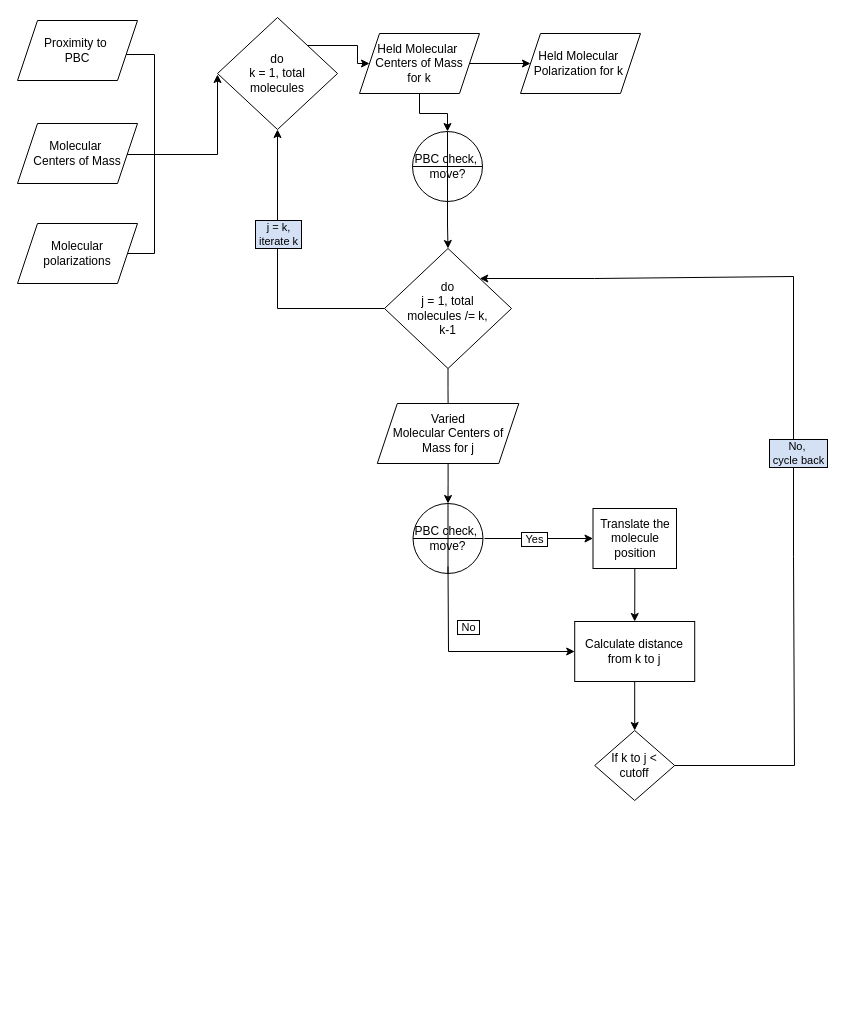
Before: page "Pi I" (4 of 4) of Untitled Diagram.drawio in CatherineMoulder/Fortran, a draw.io diagram. Source tidied: cells renumbered, new cells numbered last; positions are measured from the earlier drawing's top-left corner, leaving out a move shared by most shapes. Both pictures are drawn from the tidied source at 100%, with x=0, y=0 at pixel (17, 17).
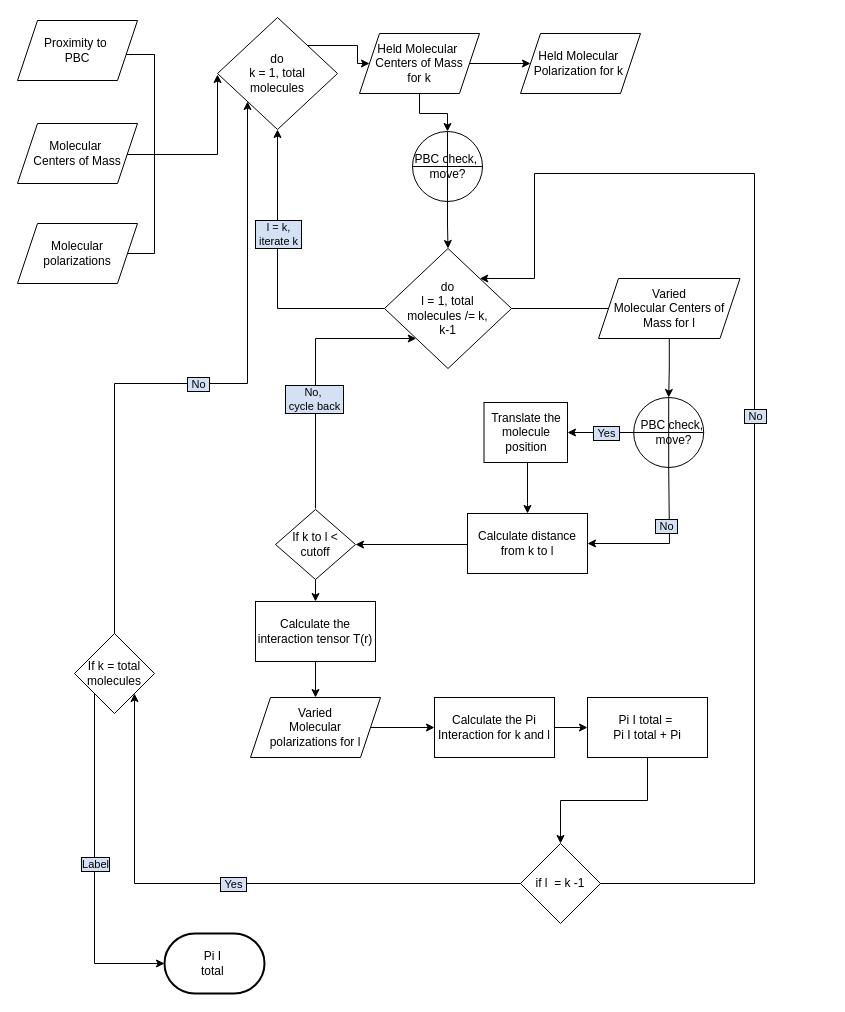
Above is the later version.

Commit message:
OKE_Process

Unchanged cells that the change refers to:
```xml
<mxCell id="5" value="do&lt;br&gt;k = 1, total&lt;br&gt;molecules" style="rhombus;whiteSpace=wrap;html=1;" parent="1" vertex="1">
  <mxGeometry x="200" width="120" height="112" as="geometry" />
</mxCell>
<mxCell id="10" style="endArrow=classic;html=1;rounded=0;entryX=0.5;entryY=1;entryDx=0;entryDy=0;exitX=0;exitY=0.5;exitDx=0;exitDy=0;" parent="1" edge="1" source="6" target="5">
  <mxGeometry relative="1" as="geometry">
    <Array as="points">
      <mxPoint x="260" y="291" />
      <mxPoint x="260" y="206" />
    </Array>
  </mxGeometry>
</mxCell>
```

What changed in the source:
```diff
@@
-    <mxCell id="6" value="do&lt;br&gt;j = 1, total&lt;br&gt;molecules /= k,&lt;br&gt;k-1" style="rhombus;whiteSpace=wrap;html=1;" parent="1" vertex="1">
+    <mxCell id="6" value="do&lt;br&gt;l = 1, total&lt;br&gt;molecules /= k,&lt;br&gt;k-1" style="rhombus;whiteSpace=wrap;html=1;" parent="1" vertex="1">
       <mxGeometry x="367" y="231" width="127" height="120" as="geometry" />
     </mxCell>
+    <mxCell id="36" style="edgeStyle=orthogonalEdgeStyle;rounded=0;jettySize=auto;html=1;labelBorderColor=default;" parent="1" edge="1" source="7" target="39">
+      <mxGeometry relative="1" as="geometry" />
+    </mxCell>
-    <mxCell id="7" value="If k to j &amp;lt;&lt;br&gt;cutoff" style="rhombus;whiteSpace=wrap;html=1;labelBackgroundColor=none;labelBorderColor=none;" parent="1" vertex="1">
-      <mxGeometry x="577.2" y="713" width="80" height="70" as="geometry" />
+    <mxCell id="7" value="If k to l &amp;lt;&lt;br&gt;cutoff" style="rhombus;whiteSpace=wrap;html=1;labelBackgroundColor=none;labelBorderColor=none;" parent="1" vertex="1">
+      <mxGeometry x="258" y="492" width="80" height="70" as="geometry" />
     </mxCell>
-    <mxCell id="8" style="endArrow=classic;html=1;rounded=0;exitX=1;exitY=0.5;exitDx=0;exitDy=0;entryX=1;entryY=0;entryDx=0;entryDy=0;" parent="1" edge="1" source="7" target="6">
+    <mxCell id="8" style="endArrow=classic;html=1;rounded=0;entryX=0;entryY=1;entryDx=0;entryDy=0;" parent="1" edge="1" target="6">
       <mxGeometry relative="1" as="geometry">
+        <mxPoint x="298" y="491" as="sourcePoint" />
         <Array as="points">
-          <mxPoint x="777" y="748" />
-          <mxPoint x="776" y="539" />
-          <mxPoint x="776" y="259" />
-          <mxPoint x="577" y="261" />
+          <mxPoint x="298" y="321" />
         </Array>
       </mxGeometry>
     </mxCell>
     <mxCell id="9" value="No,&amp;nbsp;&lt;br&gt;&amp;nbsp;cycle back&amp;nbsp;" style="edgeLabel;html=1;align=center;verticalAlign=middle;labelBackgroundColor=#D4E1F5;labelBorderColor=default;" parent="8" vertex="1">
       <mxGeometry relative="1" as="geometry">
-        <mxPoint x="4" y="29" as="offset" />
+        <mxPoint x="-2" y="25" as="offset" />
       </mxGeometry>
     </mxCell>
@@
-    <mxCell id="11" value="j = k,&lt;br&gt;&amp;nbsp;iterate k&amp;nbsp;" style="edgeLabel;html=1;align=center;verticalAlign=middle;labelBackgroundColor=#D4E1F5;labelBorderColor=default;" parent="10" vertex="1">
+    <mxCell id="11" value="l = k,&lt;br&gt;&amp;nbsp;iterate k&amp;nbsp;" style="edgeLabel;html=1;align=center;verticalAlign=middle;labelBackgroundColor=#D4E1F5;labelBorderColor=default;" parent="10" vertex="1">
       <mxGeometry relative="1" as="geometry">
         <mxPoint y="-39" as="offset" />
       </mxGeometry>
     </mxCell>
@@
     <mxCell id="17" style="verticalLabelPosition=bottom;verticalAlign=top;html=1;shape=mxgraph.flowchart.summing_function;labelBackgroundColor=none;labelBorderColor=none;" parent="1" vertex="1">
-      <mxGeometry x="395.5" y="486" width="70" height="70" as="geometry" />
+      <mxGeometry x="616.2" y="380" width="70" height="70" as="geometry" />
     </mxCell>
@@
-    <mxCell id="22" style="edgeStyle=orthogonalEdgeStyle;rounded=0;jettySize=auto;html=1;labelBorderColor=default;" parent="1" edge="1" source="23" target="27">
-      <mxGeometry relative="1" as="geometry" />
-    </mxCell>
+    <mxCell id="37" style="edgeStyle=orthogonalEdgeStyle;rounded=0;jettySize=auto;html=1;labelBorderColor=default;" parent="1" edge="1" source="23" target="17">
+      <mxGeometry relative="1" as="geometry" />
+    </mxCell>
-    <mxCell id="23" value="Varied &lt;br&gt;Molecular Centers of Mass for j" style="shape=parallelogram;perimeter=parallelogramPerimeter;whiteSpace=wrap;html=1;fixedSize=1;labelBackgroundColor=none;labelBorderColor=none;" parent="1" vertex="1">
-      <mxGeometry x="359.8" y="386" width="141.5" height="60" as="geometry" />
+    <mxCell id="23" value="Varied &lt;br&gt;Molecular Centers of Mass for l" style="shape=parallelogram;perimeter=parallelogramPerimeter;whiteSpace=wrap;html=1;fixedSize=1;labelBackgroundColor=none;labelBorderColor=none;" parent="1" vertex="1">
+      <mxGeometry x="581" y="261" width="141.5" height="60" as="geometry" />
     </mxCell>
-    <mxCell id="24" style="edgeStyle=orthogonalEdgeStyle;rounded=0;jettySize=auto;html=1;exitX=0.5;exitY=1;exitDx=0;exitDy=0;endArrow=none;" parent="1" edge="1" source="6" target="23">
+    <mxCell id="24" style="edgeStyle=orthogonalEdgeStyle;rounded=0;jettySize=auto;html=1;exitX=1;exitY=0.5;exitDx=0;exitDy=0;endArrow=none;" parent="1" edge="1" source="6" target="23">
       <mxGeometry relative="1" as="geometry" />
     </mxCell>
@@
-    <mxCell id="27" value="PBC check,&amp;nbsp;&lt;br&gt;move?" style="text;html=1;strokeColor=none;fillColor=none;align=center;verticalAlign=middle;whiteSpace=wrap;rounded=0;labelBackgroundColor=none;labelBorderColor=none;" parent="1" vertex="1">
-      <mxGeometry x="394" y="486" width="73" height="70" as="geometry" />
-    </mxCell>
     <mxCell id="28" style="edgeStyle=orthogonalEdgeStyle;rounded=0;jettySize=auto;html=1;labelBorderColor=default;" parent="1" edge="1" source="29" target="35">
-      <mxGeometry relative="1" as="geometry" />
+      <mxGeometry relative="1" as="geometry">
+        <Array as="points">
+          <mxPoint x="510" y="486" />
+          <mxPoint x="510" y="486" />
+        </Array>
+      </mxGeometry>
     </mxCell>
     <mxCell id="29" value="Translate the molecule position" style="whiteSpace=wrap;html=1;labelBackgroundColor=none;labelBorderColor=none;" parent="1" vertex="1">
-      <mxGeometry x="575.5" y="491" width="83.5" height="60" as="geometry" />
+      <mxGeometry x="466.5" y="385" width="83.5" height="60" as="geometry" />
     </mxCell>
-    <mxCell id="30" style="endArrow=classic;html=1;rounded=0;labelBorderColor=default;exitX=0.5;exitY=1;exitDx=0;exitDy=0;entryX=0;entryY=0.5;entryDx=0;entryDy=0;" parent="1" edge="1" target="35">
-      <mxGeometry relative="1" as="geometry">
-        <mxPoint x="430.5" y="549" as="sourcePoint" />
-        <Array as="points">
-          <mxPoint x="431" y="634" />
-        </Array>
-      </mxGeometry>
-    </mxCell>
-    <mxCell id="31" value="&amp;nbsp;No&amp;nbsp;" style="edgeLabel;html=1;align=center;verticalAlign=middle;labelBackgroundColor=default;labelBorderColor=default;" parent="30" vertex="1">
-      <mxGeometry relative="1" as="geometry">
-        <mxPoint x="-1" y="-25" as="offset" />
-      </mxGeometry>
-    </mxCell>
-    <mxCell id="32" style="endArrow=classic;html=1;rounded=0;labelBorderColor=default;exitX=1;exitY=0.5;exitDx=0;exitDy=0;entryX=0;entryY=0.5;entryDx=0;entryDy=0;" parent="1" edge="1" source="27" target="29">
-      <mxGeometry relative="1" as="geometry" />
-    </mxCell>
-    <mxCell id="33" value="&amp;nbsp;Yes&amp;nbsp;" style="edgeLabel;html=1;align=center;verticalAlign=middle;labelBackgroundColor=default;labelBorderColor=default;" parent="32" vertex="1">
-      <mxGeometry relative="1" as="geometry">
-        <mxPoint x="-5" as="offset" />
-      </mxGeometry>
-    </mxCell>
-    <mxCell id="34" style="edgeStyle=orthogonalEdgeStyle;rounded=0;jettySize=auto;html=1;labelBorderColor=default;entryX=0.5;entryY=0;entryDx=0;entryDy=0;" parent="1" edge="1" source="35" target="7">
-      <mxGeometry relative="1" as="geometry" />
+    <mxCell id="34" style="edgeStyle=orthogonalEdgeStyle;rounded=0;jettySize=auto;html=1;labelBorderColor=default;entryX=1;entryY=0.5;entryDx=0;entryDy=0;" parent="1" edge="1" source="35" target="7">
+      <mxGeometry relative="1" as="geometry">
+        <Array as="points">
+          <mxPoint x="338" y="526" />
+        </Array>
+      </mxGeometry>
     </mxCell>
-    <mxCell id="35" value="Calculate distance from k to j" style="whiteSpace=wrap;html=1;labelBackgroundColor=none;labelBorderColor=none;" parent="1" vertex="1">
-      <mxGeometry x="557.2" y="604" width="120" height="60" as="geometry" />
+    <mxCell id="35" value="Calculate distance from k to l" style="whiteSpace=wrap;html=1;labelBackgroundColor=none;labelBorderColor=none;" parent="1" vertex="1">
+      <mxGeometry x="450" y="496" width="120" height="60" as="geometry" />
     </mxCell>
+    <mxCell id="38" style="edgeStyle=orthogonalEdgeStyle;rounded=0;jettySize=auto;html=1;labelBorderColor=default;" parent="1" edge="1" source="39" target="41">
+      <mxGeometry relative="1" as="geometry" />
+    </mxCell>
+    <mxCell id="39" value="Calculate the interaction tensor T(r)" style="whiteSpace=wrap;html=1;labelBackgroundColor=none;labelBorderColor=none;" parent="1" vertex="1">
+      <mxGeometry x="238" y="584" width="120" height="60" as="geometry" />
+    </mxCell>
+    <mxCell id="40" style="edgeStyle=orthogonalEdgeStyle;rounded=0;jettySize=auto;html=1;labelBorderColor=default;" parent="1" edge="1" source="41" target="47">
+      <mxGeometry relative="1" as="geometry" />
+    </mxCell>
+    <mxCell id="41" value="Varied &lt;br&gt;Molecular &lt;br&gt;polarizations for l" style="shape=parallelogram;perimeter=parallelogramPerimeter;whiteSpace=wrap;html=1;fixedSize=1;labelBackgroundColor=none;labelBorderColor=none;" parent="1" vertex="1">
+      <mxGeometry x="233" y="680" width="130" height="60" as="geometry" />
+    </mxCell>
+    <mxCell id="42" style="endArrow=classic;html=1;rounded=0;labelBorderColor=default;exitX=0.5;exitY=1;exitDx=0;exitDy=0;exitPerimeter=0;entryX=1;entryY=0.5;entryDx=0;entryDy=0;" parent="1" edge="1" source="17" target="35">
+      <mxGeometry relative="1" as="geometry">
+        <Array as="points">
+          <mxPoint x="652" y="526" />
+        </Array>
+      </mxGeometry>
+    </mxCell>
+    <mxCell id="43" value="&amp;nbsp;No&amp;nbsp;" style="edgeLabel;html=1;align=center;verticalAlign=middle;labelBackgroundColor=#D4E1F5;labelBorderColor=default;" parent="42" vertex="1">
+      <mxGeometry relative="1" as="geometry">
+        <mxPoint x="-1" y="-18" as="offset" />
+      </mxGeometry>
+    </mxCell>
+    <mxCell id="44" style="endArrow=classic;html=1;rounded=0;labelBorderColor=default;exitX=0;exitY=0.5;exitDx=0;exitDy=0;exitPerimeter=0;entryX=1;entryY=0.5;entryDx=0;entryDy=0;" parent="1" edge="1" source="17" target="29">
+      <mxGeometry relative="1" as="geometry" />
+    </mxCell>
+    <mxCell id="45" value="&amp;nbsp;Yes&amp;nbsp;" style="edgeLabel;html=1;align=center;verticalAlign=middle;labelBackgroundColor=#D4E1F5;labelBorderColor=default;" parent="44" vertex="1">
+      <mxGeometry relative="1" as="geometry">
+        <mxPoint x="5" as="offset" />
+      </mxGeometry>
+    </mxCell>
+    <mxCell id="27" value="PBC check,&amp;nbsp;&lt;br&gt;move?" style="text;html=1;strokeColor=none;fillColor=none;align=center;verticalAlign=middle;whiteSpace=wrap;rounded=0;labelBackgroundColor=none;labelBorderColor=none;" parent="1" vertex="1">
+      <mxGeometry x="620" y="380" width="73" height="70" as="geometry" />
+    </mxCell>
+    <mxCell id="46" style="edgeStyle=orthogonalEdgeStyle;rounded=0;jettySize=auto;html=1;labelBorderColor=default;" parent="1" edge="1" source="47" target="49">
+      <mxGeometry relative="1" as="geometry" />
+    </mxCell>
+    <mxCell id="47" value="Calculate the Pi Interaction for k and l" style="whiteSpace=wrap;html=1;labelBackgroundColor=none;labelBorderColor=none;" parent="1" vertex="1">
+      <mxGeometry x="417" y="680" width="120" height="60" as="geometry" />
+    </mxCell>
+    <mxCell id="48" style="edgeStyle=orthogonalEdgeStyle;rounded=0;jettySize=auto;html=1;labelBorderColor=default;" parent="1" edge="1" source="49" target="50">
+      <mxGeometry relative="1" as="geometry" />
+    </mxCell>
+    <mxCell id="49" value="Pi I total =&amp;nbsp;&lt;br&gt;Pi I total + Pi" style="whiteSpace=wrap;html=1;labelBackgroundColor=none;labelBorderColor=none;" parent="1" vertex="1">
+      <mxGeometry x="570" y="680" width="120" height="60" as="geometry" />
+    </mxCell>
+    <mxCell id="50" value="if l&amp;nbsp; = k -1" style="rhombus;whiteSpace=wrap;html=1;labelBackgroundColor=none;labelBorderColor=none;" parent="1" vertex="1">
+      <mxGeometry x="503" y="826" width="80" height="80" as="geometry" />
+    </mxCell>
+    <mxCell id="51" style="endArrow=classic;html=1;rounded=0;labelBorderColor=default;exitX=1;exitY=0.5;exitDx=0;exitDy=0;entryX=1;entryY=0;entryDx=0;entryDy=0;" parent="1" edge="1" source="50" target="6">
+      <mxGeometry relative="1" as="geometry">
+        <Array as="points">
+          <mxPoint x="737" y="866" />
+          <mxPoint x="737" y="156" />
+          <mxPoint x="517" y="156" />
+          <mxPoint x="517" y="261" />
+        </Array>
+      </mxGeometry>
+    </mxCell>
+    <mxCell id="52" value="&amp;nbsp;No&amp;nbsp;" style="edgeLabel;html=1;align=center;verticalAlign=middle;labelBackgroundColor=#D4E1F5;labelBorderColor=default;" parent="51" vertex="1">
+      <mxGeometry relative="1" as="geometry" />
+    </mxCell>
+    <mxCell id="53" value="If k = total molecules" style="rhombus;whiteSpace=wrap;html=1;labelBackgroundColor=none;labelBorderColor=none;" parent="1" vertex="1">
+      <mxGeometry x="57" y="616" width="80" height="80" as="geometry" />
+    </mxCell>
+    <mxCell id="54" style="endArrow=classic;html=1;rounded=0;labelBorderColor=default;exitX=0.5;exitY=0;exitDx=0;exitDy=0;entryX=0;entryY=1;entryDx=0;entryDy=0;" parent="1" edge="1" source="53" target="5">
+      <mxGeometry relative="1" as="geometry">
+        <Array as="points">
+          <mxPoint x="97" y="366" />
+          <mxPoint x="230" y="366" />
+        </Array>
+      </mxGeometry>
+    </mxCell>
+    <mxCell id="55" value="&amp;nbsp;No&amp;nbsp;" style="edgeLabel;html=1;align=center;verticalAlign=middle;labelBackgroundColor=#D4E1F5;labelBorderColor=default;" parent="54" vertex="1">
+      <mxGeometry relative="1" as="geometry" />
+    </mxCell>
+    <mxCell id="56" style="endArrow=classic;html=1;rounded=0;labelBorderColor=default;exitX=0;exitY=0.5;exitDx=0;exitDy=0;entryX=1;entryY=1;entryDx=0;entryDy=0;" parent="1" edge="1" source="50" target="53">
+      <mxGeometry relative="1" as="geometry">
+        <Array as="points">
+          <mxPoint x="117" y="866" />
+        </Array>
+      </mxGeometry>
+    </mxCell>
+    <mxCell id="57" value="&amp;nbsp;Yes&amp;nbsp;" style="edgeLabel;html=1;align=center;verticalAlign=middle;labelBackgroundColor=#D4E1F5;labelBorderColor=default;" parent="56" vertex="1">
+      <mxGeometry relative="1" as="geometry" />
+    </mxCell>
+    <mxCell id="58" style="endArrow=classic;html=1;rounded=0;labelBorderColor=default;exitX=0;exitY=1;exitDx=0;exitDy=0;entryX=0;entryY=0.5;entryDx=0;entryDy=0;entryPerimeter=0;" parent="1" edge="1" source="53" target="60">
+      <mxGeometry relative="1" as="geometry">
+        <Array as="points">
+          <mxPoint x="77" y="946" />
+        </Array>
+      </mxGeometry>
+    </mxCell>
+    <mxCell id="59" value="Label" style="edgeLabel;html=1;align=center;verticalAlign=middle;labelBackgroundColor=#D4E1F5;labelBorderColor=default;" parent="58" vertex="1">
+      <mxGeometry relative="1" as="geometry" />
+    </mxCell>
+    <mxCell id="60" value="Pi I&amp;nbsp;&lt;br&gt;total&amp;nbsp;" style="strokeWidth=2;html=1;shape=mxgraph.flowchart.terminator;whiteSpace=wrap;labelBackgroundColor=none;labelBorderColor=none;" parent="1" vertex="1">
+      <mxGeometry x="147" y="916" width="100" height="60" as="geometry" />
+    </mxCell>
```
